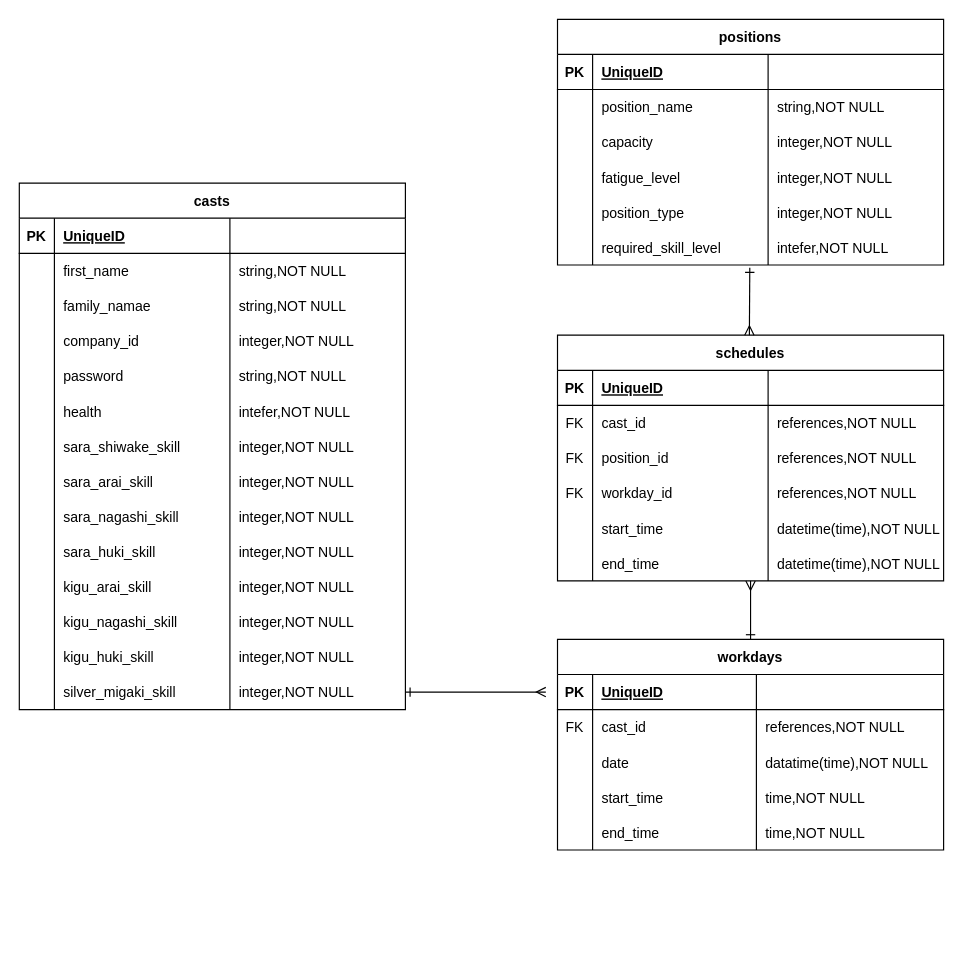
Above: ER図設計.dio in Shun-ST-TechCamp/AssignAide (draw.io), before the change. Source tidied: cells renumbered, new cells numbered last; positions are measured from the earlier drawing's top-left corner, leaving out a move shared by most shapes. Both pictures are drawn from the tidied source at 117%, with x=0, y=0 at pixel (19, 19).
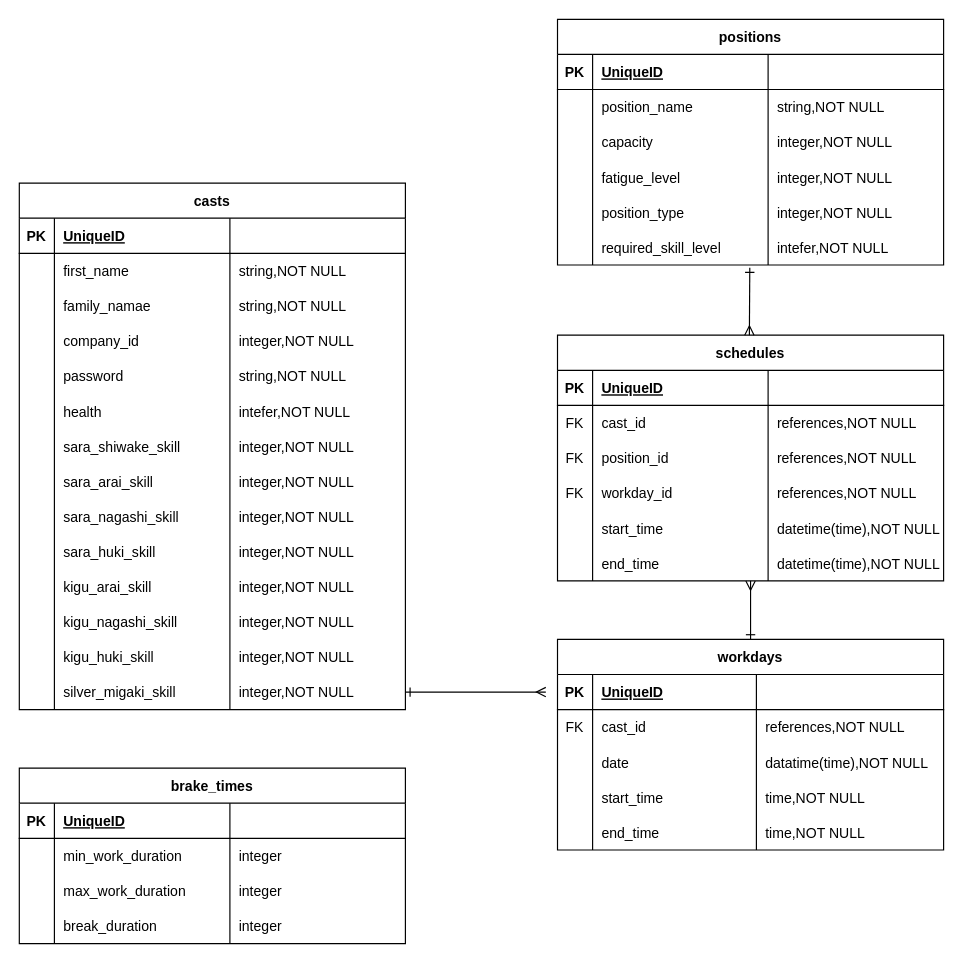
The same page after the edit.

Commit message (it also covers changes not shown here):
BrakeTimeモデルを追加したため、ER図とREADMEの記述追加

The edit, as a diff of the source:
```diff
@@
+    <mxCell id="133" value="brake_times" style="shape=table;startSize=30;childLayout=tableLayout;rowLines=0;fontStyle=1;align=center;" parent="1" vertex="1">
+      <mxGeometry y="640" width="330" height="150" as="geometry" />
+    </mxCell>
+    <mxCell id="134" style="shape=tableRow;horizontal=0;startSize=0;swimlaneHead=0;swimlaneBody=0;fillColor=none;top=0;left=0;right=0;bottom=1;" parent="133" vertex="1">
+      <mxGeometry y="30" width="330" height="30" as="geometry" />
+    </mxCell>
+    <mxCell id="135" value="PK" style="shape=partialRectangle;fillColor=none;top=0;left=0;bottom=0;right=0;fontStyle=1;overflow=hidden;" parent="134" vertex="1">
+      <mxGeometry width="30" height="30" as="geometry" />
+    </mxCell>
+    <mxCell id="136" value="UniqueID" style="shape=partialRectangle;fillColor=none;top=0;left=0;bottom=0;right=0;align=left;spacingLeft=6;fontStyle=5;overflow=hidden;" parent="134" vertex="1">
+      <mxGeometry x="30" width="150" height="30" as="geometry" />
+    </mxCell>
+    <mxCell id="137" style="shape=partialRectangle;fillColor=none;top=0;left=0;bottom=0;right=0;align=left;spacingLeft=6;fontStyle=5;overflow=hidden;" parent="134" vertex="1">
+      <mxGeometry x="180" width="150" height="30" as="geometry" />
+    </mxCell>
+    <mxCell id="138" style="shape=tableRow;horizontal=0;startSize=0;swimlaneHead=0;swimlaneBody=0;fillColor=none;top=0;left=0;right=0;bottom=0;" parent="133" vertex="1">
+      <mxGeometry y="60" width="330" height="30" as="geometry" />
+    </mxCell>
+    <mxCell id="139" style="shape=partialRectangle;fillColor=none;top=0;left=0;bottom=0;right=0;overflow=hidden;" parent="138" vertex="1">
+      <mxGeometry width="30" height="30" as="geometry" />
+    </mxCell>
+    <mxCell id="140" value="min_work_duration" style="shape=partialRectangle;fillColor=none;top=0;left=0;bottom=0;right=0;align=left;spacingLeft=6;overflow=hidden;" parent="138" vertex="1">
+      <mxGeometry x="30" width="150" height="30" as="geometry" />
+    </mxCell>
+    <mxCell id="141" value="integer" style="shape=partialRectangle;fillColor=none;top=0;left=0;bottom=0;right=0;align=left;spacingLeft=6;overflow=hidden;" parent="138" vertex="1">
+      <mxGeometry x="180" width="150" height="30" as="geometry" />
+    </mxCell>
+    <mxCell id="142" style="shape=tableRow;horizontal=0;startSize=0;swimlaneHead=0;swimlaneBody=0;fillColor=none;top=0;left=0;right=0;bottom=0;" parent="133" vertex="1">
+      <mxGeometry y="90" width="330" height="30" as="geometry" />
+    </mxCell>
+    <mxCell id="143" style="shape=partialRectangle;fillColor=none;top=0;left=0;bottom=0;right=0;overflow=hidden;" parent="142" vertex="1">
+      <mxGeometry width="30" height="30" as="geometry" />
+    </mxCell>
+    <mxCell id="144" value="max_work_duration" style="shape=partialRectangle;fillColor=none;top=0;left=0;bottom=0;right=0;align=left;spacingLeft=6;overflow=hidden;" parent="142" vertex="1">
+      <mxGeometry x="30" width="150" height="30" as="geometry" />
+    </mxCell>
+    <mxCell id="145" value="integer" style="shape=partialRectangle;fillColor=none;top=0;left=0;bottom=0;right=0;align=left;spacingLeft=6;overflow=hidden;" parent="142" vertex="1">
+      <mxGeometry x="180" width="150" height="30" as="geometry" />
+    </mxCell>
+    <mxCell id="146" style="shape=tableRow;horizontal=0;startSize=0;swimlaneHead=0;swimlaneBody=0;fillColor=none;top=0;left=0;right=0;bottom=0;" parent="133" vertex="1">
+      <mxGeometry y="120" width="330" height="30" as="geometry" />
+    </mxCell>
+    <mxCell id="147" style="shape=partialRectangle;fillColor=none;top=0;left=0;bottom=0;right=0;overflow=hidden;" parent="146" vertex="1">
+      <mxGeometry width="30" height="30" as="geometry" />
+    </mxCell>
+    <mxCell id="148" value="break_duration" style="shape=partialRectangle;fillColor=none;top=0;left=0;bottom=0;right=0;align=left;spacingLeft=6;overflow=hidden;" parent="146" vertex="1">
+      <mxGeometry x="30" width="150" height="30" as="geometry" />
+    </mxCell>
+    <mxCell id="149" value="integer" style="shape=partialRectangle;fillColor=none;top=0;left=0;bottom=0;right=0;align=left;spacingLeft=6;overflow=hidden;" parent="146" vertex="1">
+      <mxGeometry x="180" width="150" height="30" as="geometry" />
+    </mxCell>
```
